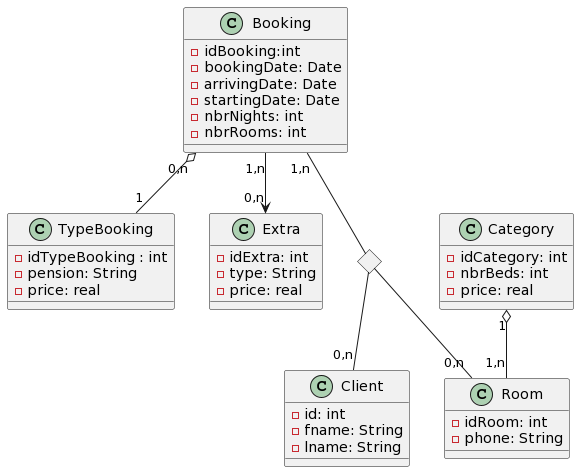
This is prob2.png from aymane-smi/uml-challenges, a PlantUML export, as it was before one commit. The source it was exported from:
```plantuml
@startuml
class TypeBooking{
  - idTypeBooking : int
  - pension: String
  - price: real
 }

 class Booking{
  - idBooking:int
  - bookingDate: Date
  - arrivingDate: Date
  - startingDate: Date
  - nbrNights: int
  - nbrRooms: int
 }

 class Client{
  - id: int
  - fname: String
  - lname: String
 }

 class Room{
  - idRoom: int
  - phone: String
 }

 class Category{
  - idCategory: int
  - nbrBeds: int
  - price: real
 }

 class Extra{
  - idExtra: int
  - type: String
  - price: real
 }

 <> diamond
 Booking "0,n" o-- "1" TypeBooking
 Category "1" o-- "1,n" Room
 Booking "1,n" --> "0,n" Extra
 Booking "1,n" -- diamond
 diamond -- "0,n" Client
 diamond -- "0,n" Room
@enduml
```
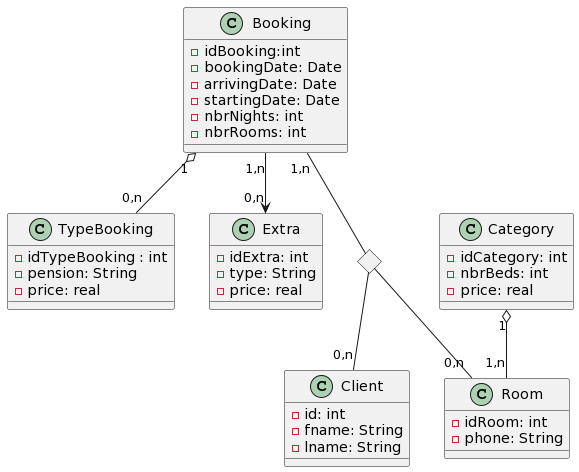
The same diagram one commit later.

Diff of the diagram source:
```diff
@@ -38,7 +38,7 @@
  }
 
  <> diamond
- Booking "0,n" o-- "1" TypeBooking
+ Booking "1" o-- "0,n" TypeBooking
  Category "1" o-- "1,n" Room
  Booking "1,n" --> "0,n" Extra
  Booking "1,n" -- diamond
```
